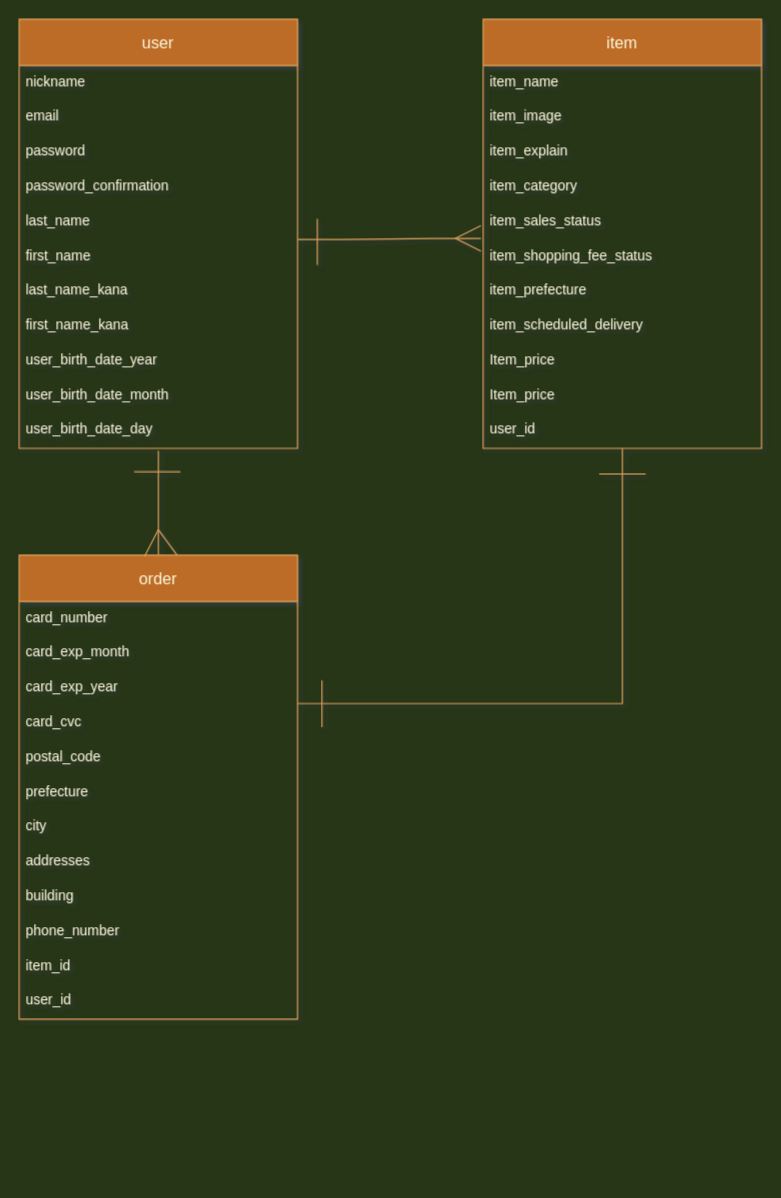
yoshiogotoda/furima-21310 keeps this draw.io diagram as app/assets/stylesheets/test.dio. Above is the earlier version. Source tidied: cells renumbered, new cells numbered last; positions are measured from the earlier drawing's top-left corner, leaving out a move shared by most shapes. Both pictures are drawn from the tidied source at 116%, with x=0, y=0 at pixel (19, 19).
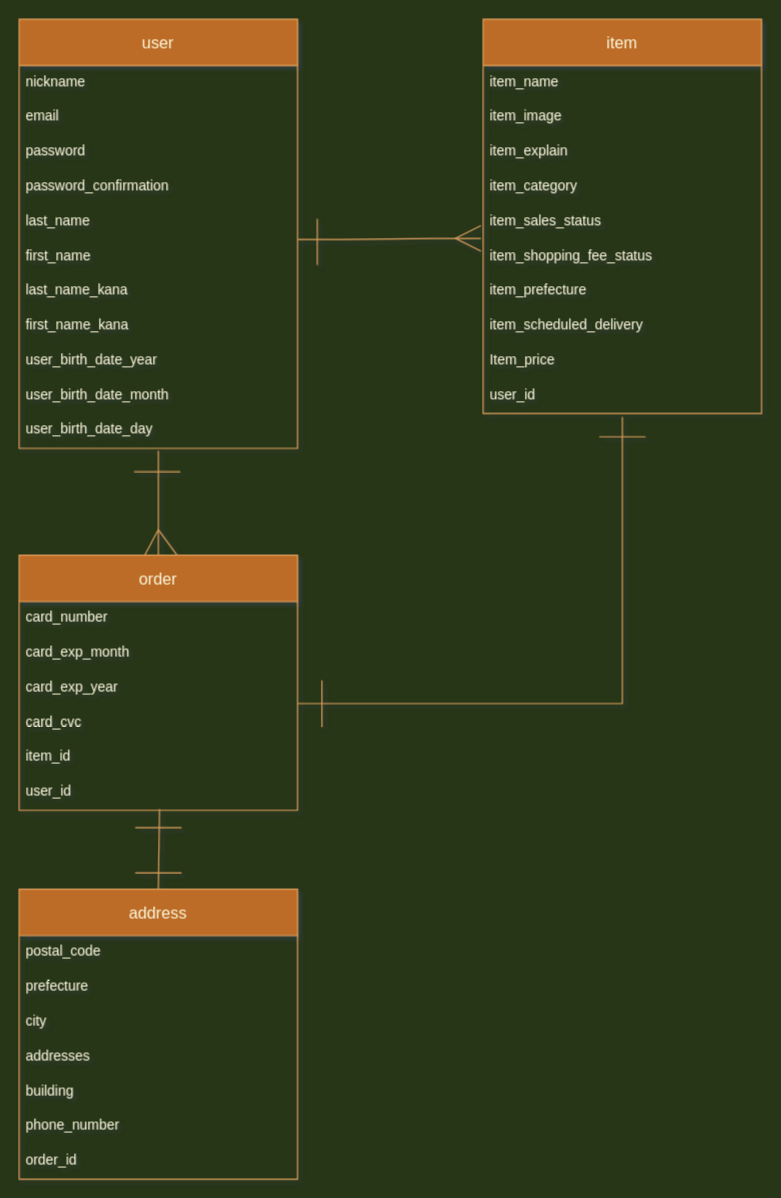
After the change.

Commit message (it also covers changes not shown here):
データベースの設計

The edit, as a diff of the source:
```diff
@@
     <mxCell id="15" value="item" style="swimlane;fontStyle=0;horizontal=1;startSize=40;align=center;fontSize=14;fillColor=#BC6C25;strokeColor=#DDA15E;fontColor=#FEFAE0;" parent="1" vertex="1">
-      <mxGeometry x="400" width="240" height="370" as="geometry" />
+      <mxGeometry x="400" width="240" height="340" as="geometry" />
     </mxCell>
@@
-    <mxCell id="24" value="Item_price&#10;" style="text;strokeColor=none;fillColor=none;spacingLeft=4;spacingRight=4;overflow=hidden;fontSize=12;fontColor=#FEFAE0;" parent="15" vertex="1">
-      <mxGeometry y="280" width="240" height="30" as="geometry" />
-    </mxCell>
     <mxCell id="25" value="Item_price&#10;" style="text;strokeColor=none;fillColor=none;spacingLeft=4;spacingRight=4;overflow=hidden;fontSize=12;fontColor=#FEFAE0;" parent="15" vertex="1">
-      <mxGeometry y="310" width="240" height="30" as="geometry" />
+      <mxGeometry y="280" width="240" height="30" as="geometry" />
     </mxCell>
     <mxCell id="26" value="user_id" style="text;strokeColor=none;fillColor=none;spacingLeft=4;spacingRight=4;overflow=hidden;points=[[0,0.5],[1,0.5]];portConstraint=eastwest;fontSize=12;fontColor=#FEFAE0;" parent="15" vertex="1">
-      <mxGeometry y="340" width="240" height="30" as="geometry" />
+      <mxGeometry y="310" width="240" height="30" as="geometry" />
     </mxCell>
     <mxCell id="27" value="order" style="swimlane;fontStyle=0;horizontal=1;startSize=40;align=center;fontSize=14;fillColor=#BC6C25;strokeColor=#DDA15E;fontColor=#FEFAE0;" parent="1" vertex="1">
-      <mxGeometry y="462" width="240" height="400" as="geometry" />
+      <mxGeometry y="462" width="240" height="220" as="geometry" />
     </mxCell>
@@
-    <mxCell id="32" value="postal_code" style="text;strokeColor=none;fillColor=none;spacingLeft=4;spacingRight=4;overflow=hidden;fontSize=12;fontColor=#FEFAE0;" parent="27" vertex="1">
-      <mxGeometry y="160" width="240" height="30" as="geometry" />
-    </mxCell>
-    <mxCell id="33" value="prefecture" style="text;strokeColor=none;fillColor=none;spacingLeft=4;spacingRight=4;overflow=hidden;fontSize=12;fontColor=#FEFAE0;" parent="27" vertex="1">
-      <mxGeometry y="190" width="240" height="30" as="geometry" />
-    </mxCell>
-    <mxCell id="34" value="city" style="text;strokeColor=none;fillColor=none;spacingLeft=4;spacingRight=4;overflow=hidden;fontSize=12;fontColor=#FEFAE0;" parent="27" vertex="1">
-      <mxGeometry y="220" width="240" height="30" as="geometry" />
-    </mxCell>
-    <mxCell id="35" value="addresses&#10;" style="text;strokeColor=none;fillColor=none;spacingLeft=4;spacingRight=4;overflow=hidden;fontSize=12;fontColor=#FEFAE0;" parent="27" vertex="1">
-      <mxGeometry y="250" width="240" height="30" as="geometry" />
-    </mxCell>
-    <mxCell id="36" value="building" style="text;strokeColor=none;fillColor=none;spacingLeft=4;spacingRight=4;overflow=hidden;fontSize=12;fontColor=#FEFAE0;" parent="27" vertex="1">
-      <mxGeometry y="280" width="240" height="30" as="geometry" />
-    </mxCell>
-    <mxCell id="37" value="phone_number" style="text;strokeColor=none;fillColor=none;spacingLeft=4;spacingRight=4;overflow=hidden;fontSize=12;fontColor=#FEFAE0;" parent="27" vertex="1">
-      <mxGeometry y="310" width="240" height="30" as="geometry" />
-    </mxCell>
     <mxCell id="38" value="item_id" style="text;strokeColor=none;fillColor=none;spacingLeft=4;spacingRight=4;overflow=hidden;fontSize=12;fontColor=#FEFAE0;" parent="27" vertex="1">
-      <mxGeometry y="340" width="240" height="30" as="geometry" />
+      <mxGeometry y="160" width="240" height="30" as="geometry" />
     </mxCell>
     <mxCell id="39" value="user_id&#10;" style="text;strokeColor=none;fillColor=none;spacingLeft=4;spacingRight=4;overflow=hidden;fontSize=12;fontColor=#FEFAE0;" parent="27" vertex="1">
-      <mxGeometry y="370" width="240" height="30" as="geometry" />
+      <mxGeometry y="190" width="240" height="30" as="geometry" />
     </mxCell>
-    <mxCell id="40" style="endArrow=none;html=1;rounded=0;strokeColor=#DDA15E;fillColor=#BC6C25;fontColor=#FEFAE0;" parent="1" edge="1">
+    <mxCell id="40" style="endArrow=none;html=1;rounded=0;strokeColor=#DDA15E;fillColor=#BC6C25;fontColor=#FEFAE0;exitX=0.5;exitY=1.1;exitDx=0;exitDy=0;exitPerimeter=0;" parent="1" edge="1" source="26">
       <mxGeometry relative="1" as="geometry">
-        <mxPoint x="520" y="370" as="sourcePoint" />
         <mxPoint x="520" y="590" as="targetPoint" />
         <Array as="points">
           <mxPoint x="520" y="590" />
           <mxPoint x="240" y="590" />
         </Array>
       </mxGeometry>
     </mxCell>
@@
     <mxCell id="43" style="endArrow=none;html=1;rounded=0;strokeColor=#DDA15E;fillColor=#BC6C25;fontColor=#FEFAE0;" parent="1" edge="1">
       <mxGeometry relative="1" as="geometry">
-        <mxPoint x="500" y="392" as="sourcePoint" />
-        <mxPoint x="540" y="392" as="targetPoint" />
+        <mxPoint x="500" y="360" as="sourcePoint" />
+        <mxPoint x="540" y="360" as="targetPoint" />
       </mxGeometry>
     </mxCell>
@@
+    <mxCell id="48" value="address" style="swimlane;fontStyle=0;horizontal=1;startSize=40;align=center;fontSize=14;fillColor=#BC6C25;strokeColor=#DDA15E;fontColor=#FEFAE0;" parent="1" vertex="1">
+      <mxGeometry y="750" width="240" height="250" as="geometry" />
+    </mxCell>
+    <mxCell id="32" value="postal_code" style="text;strokeColor=none;fillColor=none;spacingLeft=4;spacingRight=4;overflow=hidden;fontSize=12;fontColor=#FEFAE0;" parent="48" vertex="1">
+      <mxGeometry y="40" width="240" height="30" as="geometry" />
+    </mxCell>
+    <mxCell id="33" value="prefecture" style="text;strokeColor=none;fillColor=none;spacingLeft=4;spacingRight=4;overflow=hidden;fontSize=12;fontColor=#FEFAE0;" parent="48" vertex="1">
+      <mxGeometry y="70" width="240" height="30" as="geometry" />
+    </mxCell>
+    <mxCell id="34" value="city" style="text;strokeColor=none;fillColor=none;spacingLeft=4;spacingRight=4;overflow=hidden;fontSize=12;fontColor=#FEFAE0;" parent="48" vertex="1">
+      <mxGeometry y="100" width="240" height="30" as="geometry" />
+    </mxCell>
+    <mxCell id="35" value="addresses&#10;" style="text;strokeColor=none;fillColor=none;spacingLeft=4;spacingRight=4;overflow=hidden;fontSize=12;fontColor=#FEFAE0;" parent="48" vertex="1">
+      <mxGeometry y="130" width="240" height="30" as="geometry" />
+    </mxCell>
+    <mxCell id="36" value="building" style="text;strokeColor=none;fillColor=none;spacingLeft=4;spacingRight=4;overflow=hidden;fontSize=12;fontColor=#FEFAE0;" parent="48" vertex="1">
+      <mxGeometry y="160" width="240" height="30" as="geometry" />
+    </mxCell>
+    <mxCell id="37" value="phone_number" style="text;strokeColor=none;fillColor=none;spacingLeft=4;spacingRight=4;overflow=hidden;fontSize=12;fontColor=#FEFAE0;" parent="48" vertex="1">
+      <mxGeometry y="190" width="240" height="30" as="geometry" />
+    </mxCell>
+    <mxCell id="49" value="order_id" style="text;strokeColor=none;fillColor=none;spacingLeft=4;spacingRight=4;overflow=hidden;fontSize=12;fontColor=#FEFAE0;" parent="48" vertex="1">
+      <mxGeometry y="220" width="240" height="30" as="geometry" />
+    </mxCell>
+    <mxCell id="50" style="endArrow=none;html=1;rounded=0;strokeColor=#DDA15E;fillColor=#BC6C25;fontColor=#FEFAE0;entryX=0.5;entryY=0;entryDx=0;entryDy=0;" parent="1" edge="1" target="48">
+      <mxGeometry relative="1" as="geometry">
+        <mxPoint x="121" y="681" as="sourcePoint" />
+      </mxGeometry>
+    </mxCell>
+    <mxCell id="51" style="endArrow=none;html=1;rounded=0;strokeColor=#DDA15E;fillColor=#BC6C25;fontColor=#FEFAE0;" parent="1" edge="1">
+      <mxGeometry relative="1" as="geometry">
+        <mxPoint x="100" y="697" as="sourcePoint" />
+        <mxPoint x="140" y="697" as="targetPoint" />
+        <Array as="points">
+          <mxPoint x="131" y="697" />
+        </Array>
+      </mxGeometry>
+    </mxCell>
+    <mxCell id="52" style="endArrow=none;html=1;rounded=0;strokeColor=#DDA15E;fillColor=#BC6C25;fontColor=#FEFAE0;" parent="1" edge="1">
+      <mxGeometry relative="1" as="geometry">
+        <mxPoint x="100" y="736" as="sourcePoint" />
+        <mxPoint x="140" y="736" as="targetPoint" />
+        <Array as="points">
+          <mxPoint x="131" y="736" />
+        </Array>
+      </mxGeometry>
+    </mxCell>
```
